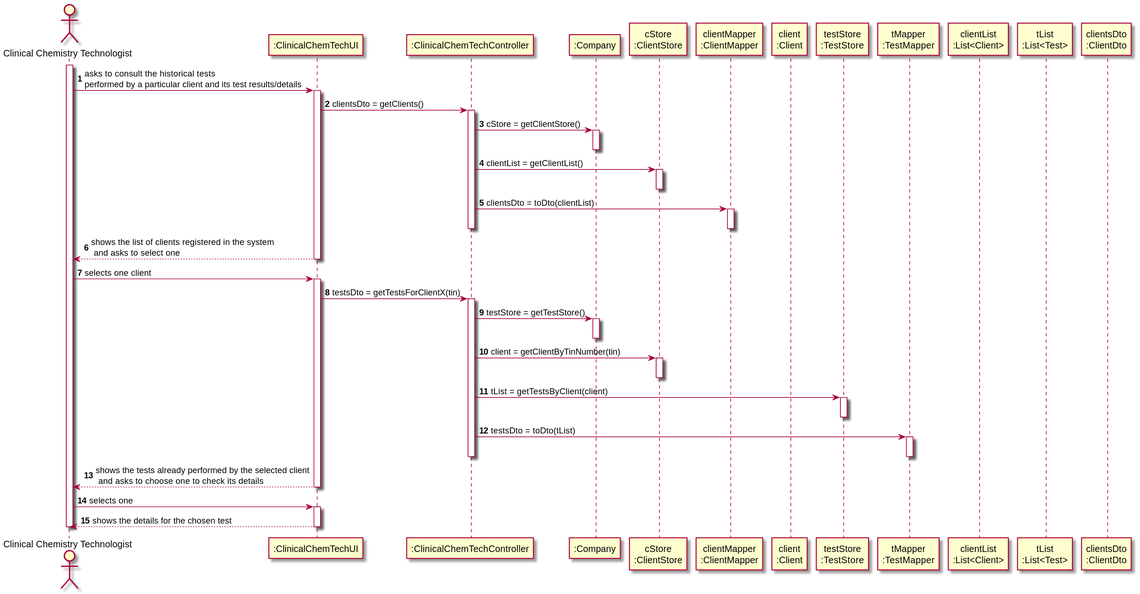
The PlantUML diagram docs/SprintD/US13_ConsultTestsPerformed/US013_SD.svg in Pedromaia26/LAPR2-ISEP, before a commit.
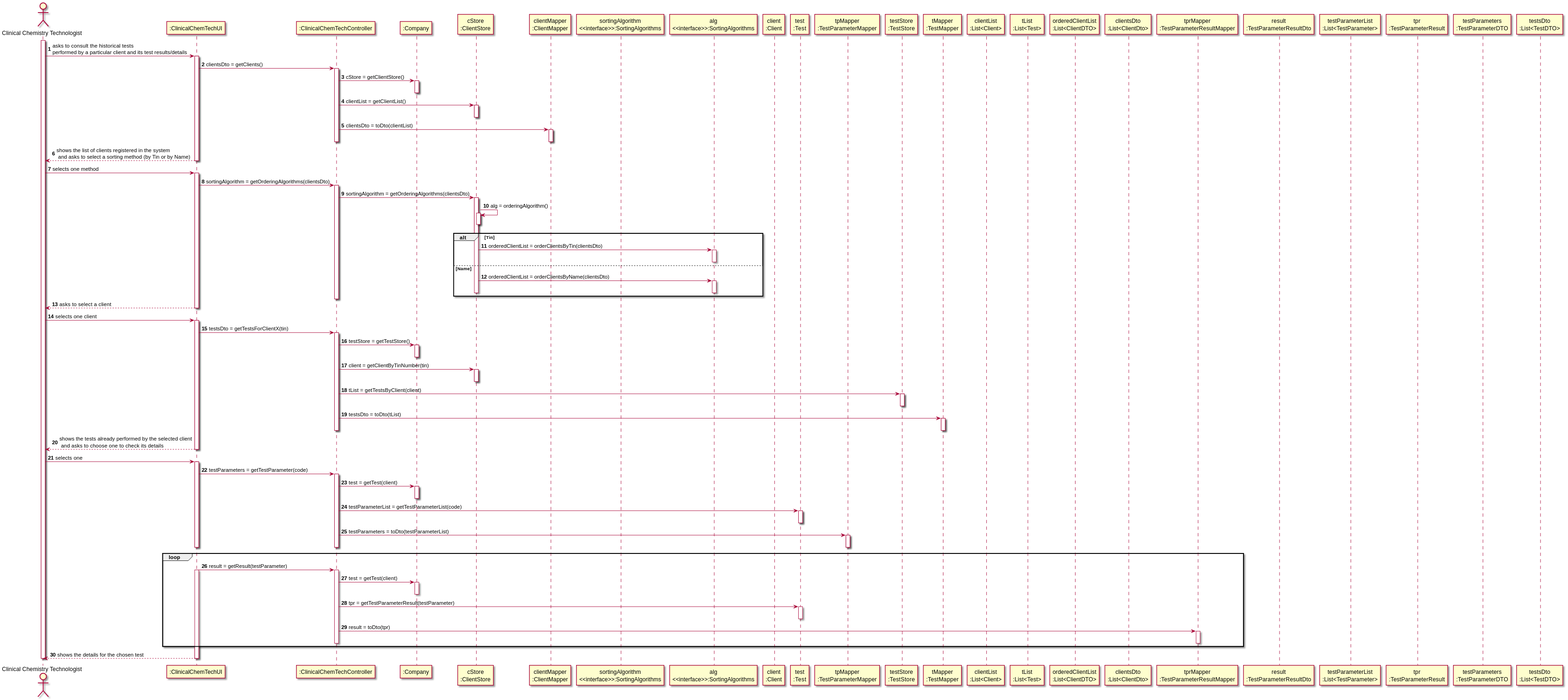
The same file after the commit.

Diff of the diagram source:
```diff
@@ -8,13 +8,26 @@
 participant ":Company" as ML
 participant "cStore\n:ClientStore" as CSTORE
 participant "clientMapper\n:ClientMapper" as CMAPPER
+participant "sortingAlgorithm\n<<interface>>:SortingAlgorithms"
+participant "alg\n<<interface>>:SortingAlgorithms" as INTERFACE
 participant "client\n:Client" as CLIENT
+participant "test\n:Test" as T
+participant "tpMapper\n:TestParameterMapper" as TPMAPPER
 participant "testStore\n:TestStore" as TSTORE
 participant "tMapper\n:TestMapper" as TMAPPER
 participant "clientList\n:List<Client>"
 participant "tList\n:List<Test>" as TLIST
+participant "orderedClientList\n:List<ClientDTO>" as ORDCLIENTLIST
+participant "clientsDto\n:List<ClientDto>" as CDTO
+participant "tprMapper\n:TestParameterResultMapper" as TPRMAPPER
+participant "result\n:TestParameterResultDto"
+participant "testParameterList\n:List<TestParameter>"
+participant "tpr\n:TestParameterResult"
+participant "testParameters\n:TestParameterDTO"
+participant "testsDto\n:List<TestDTO>"
 
-participant "clientsDto\n:ClientDto" as CDTO
+
+
 
 activate CCT
 
@@ -32,7 +45,30 @@
 activate CMAPPER
 deactivate CMAPPER
 deactivate CTRL
-UI --> CCT: shows the list of clients registered in the system\n and asks to select one
+UI --> CCT: shows the list of clients registered in the system\n and asks to select a sorting method (by Tin or by Name)
+deactivate UI
+CCT -> UI: selects one method
+activate UI
+UI -> CTRL: sortingAlgorithm = getOrderingAlgorithms(clientsDto)
+activate CTRL
+CTRL -> CSTORE: sortingAlgorithm = getOrderingAlgorithms(clientsDto)
+activate CSTORE
+CSTORE -> CSTORE: alg = orderingAlgorithm()
+activate CSTORE
+deactivate CSTORE
+alt Tin
+CSTORE -> INTERFACE: orderedClientList = orderClientsByTin(clientsDto)
+activate INTERFACE
+deactivate INTERFACE
+else Name
+CSTORE ->  INTERFACE: orderedClientList = orderClientsByName(clientsDto)
+activate INTERFACE
+deactivate INTERFACE
+deactivate CSTORE
+end
+
+deactivate CTRL
+UI --> CCT: asks to select a client
 deactivate UI
 CCT -> UI: selects one client
 activate UI
@@ -55,6 +91,36 @@
 deactivate UI
 CCT -> UI: selects one
 activate UI
+UI -> CTRL: testParameters = getTestParameter(code)
+activate CTRL
+CTRL -> ML: test = getTest(client)
+activate ML
+deactivate ML
+CTRL -> T: testParameterList = getTestParameterList(code)
+activate T
+deactivate T
+CTRL -> TPMAPPER: testParameters = toDto(testParameterList)
+activate TPMAPPER
+deactivate TPMAPPER
+deactivate CTRL
+deactivate UI
+loop
+deactivate UI
+UI -> CTRL: result = getResult(testParameter)
+activate UI
+activate CTRL
+CTRL -> ML: test = getTest(client)
+activate ML
+deactivate ML
+CTRL -> T: tpr = getTestParameterResult(testParameter)
+activate T
+deactivate T
+CTRL -> TPRMAPPER: result = toDto(tpr)
+activate TPRMAPPER
+deactivate TPRMAPPER
+deactivate CTRL
+end
+
 UI --> CCT: shows the details for the chosen test
 deactivate UI
 
```
